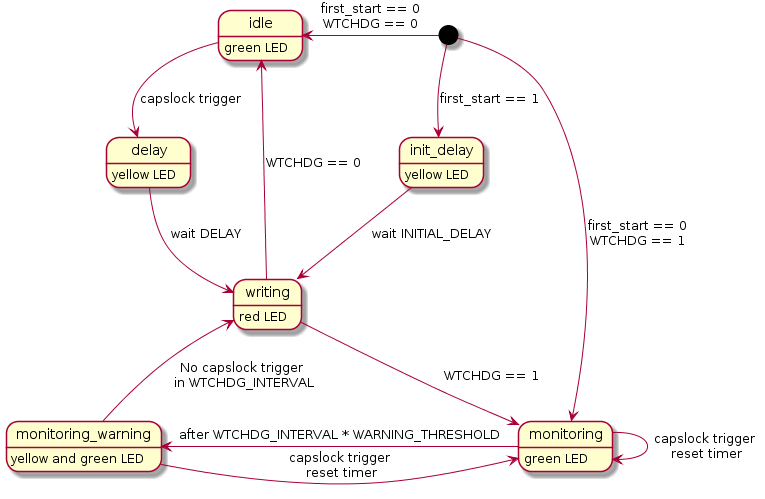
Earlier version of the PlantUML export images/StateDiagram.png (7enderhead/kbdwtchdg). Its diagram source:
```plantuml
@startuml
[*] -down-> init_delay: first_start == 1
[*] -right-> monitoring: first_start == 0\nWTCHDG == 1
[*] -left-> idle: first_start == 0\nWTCHDG == 0
init_delay: yellow LED
init_delay -down-> writing: wait INITIAL_DELAY
writing: red LED
writing -left-> idle: WTCHDG == 0
writing -down-> monitoring: WTCHDG == 1
monitoring: green LED
monitoring -> monitoring: capslock trigger\n reset timer
monitoring -left-> monitoring_warning: after WTCHDG_INTERVAL * WARNING_THRESHOLD
monitoring_warning: yellow and green LED
monitoring_warning -right-> monitoring: capslock trigger\n reset timer
monitoring_warning -up-> writing: No capslock trigger\n in WTCHDG_INTERVAL
idle: green LED
idle --> delay: capslock trigger
delay: yellow LED
delay --> writing: wait DELAY
@enduml
```
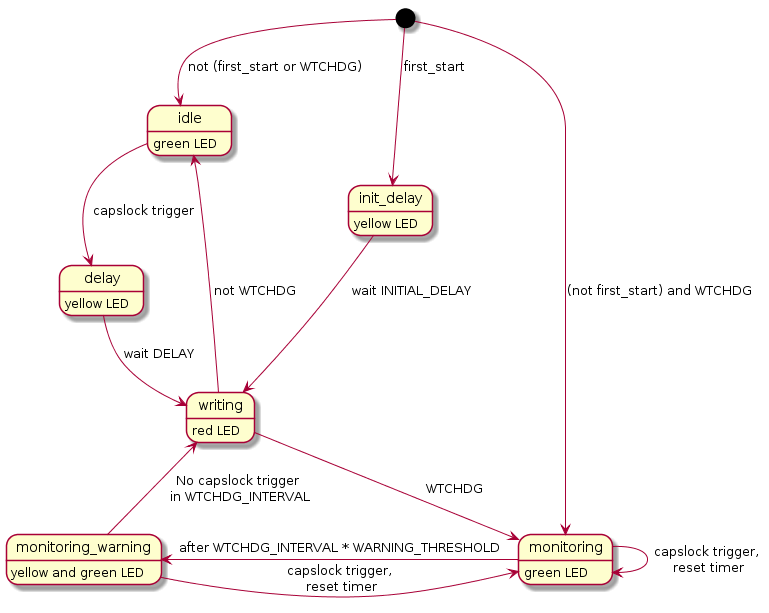
After the change.

Commit message:
implemented check_trigger for idle, monitoring and monitoring_warning

Diff of the diagram source:
```diff
@@ -1,17 +1,17 @@
 @startuml
-[*] -down-> init_delay: first_start == 1
-[*] -right-> monitoring: first_start == 0\nWTCHDG == 1
-[*] -left-> idle: first_start == 0\nWTCHDG == 0
+[*] -down-> init_delay: first_start
+[*] -down-> monitoring: (not first_start) and WTCHDG
+[*] -down-> idle: not (first_start or WTCHDG)
 init_delay: yellow LED
 init_delay -down-> writing: wait INITIAL_DELAY
 writing: red LED
-writing -left-> idle: WTCHDG == 0
-writing -down-> monitoring: WTCHDG == 1
+writing -left-> idle: not WTCHDG
+writing -down-> monitoring: WTCHDG
 monitoring: green LED
-monitoring -> monitoring: capslock trigger\n reset timer
+monitoring -> monitoring: capslock trigger,\n reset timer
 monitoring -left-> monitoring_warning: after WTCHDG_INTERVAL * WARNING_THRESHOLD
 monitoring_warning: yellow and green LED
-monitoring_warning -right-> monitoring: capslock trigger\n reset timer
+monitoring_warning -right-> monitoring: capslock trigger,\n reset timer
 monitoring_warning -up-> writing: No capslock trigger\n in WTCHDG_INTERVAL
 idle: green LED
 idle --> delay: capslock trigger
```
